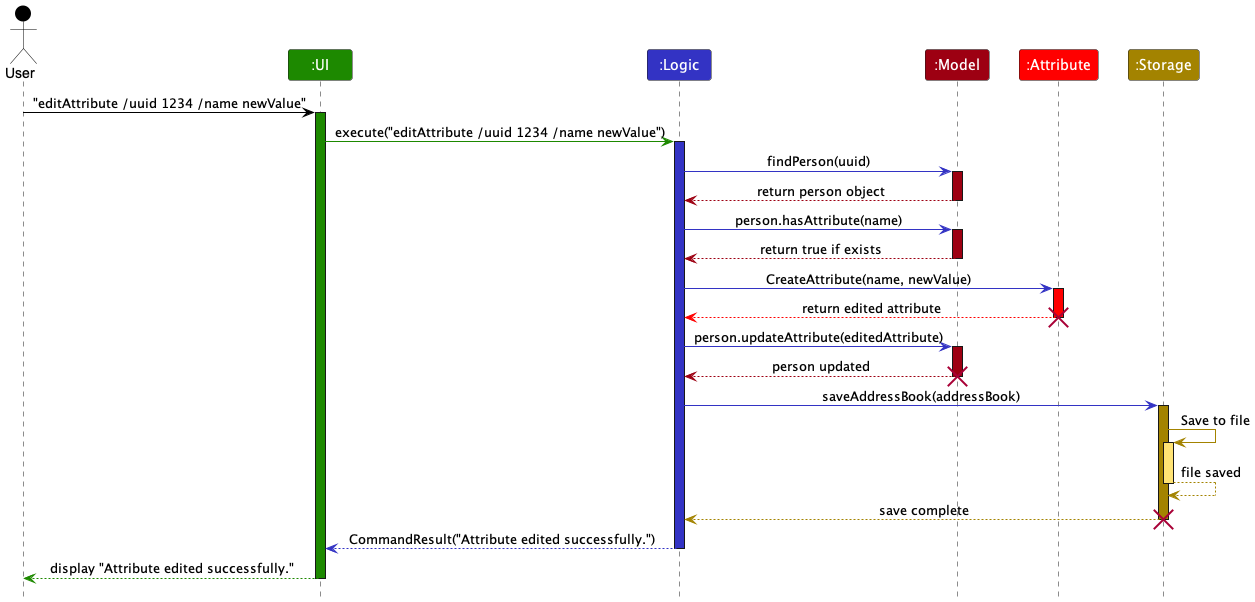
Earlier version of the PlantUML export docs/images/AttributeEditSequenceDiagram.png (Emberlynn-Loo/tp).
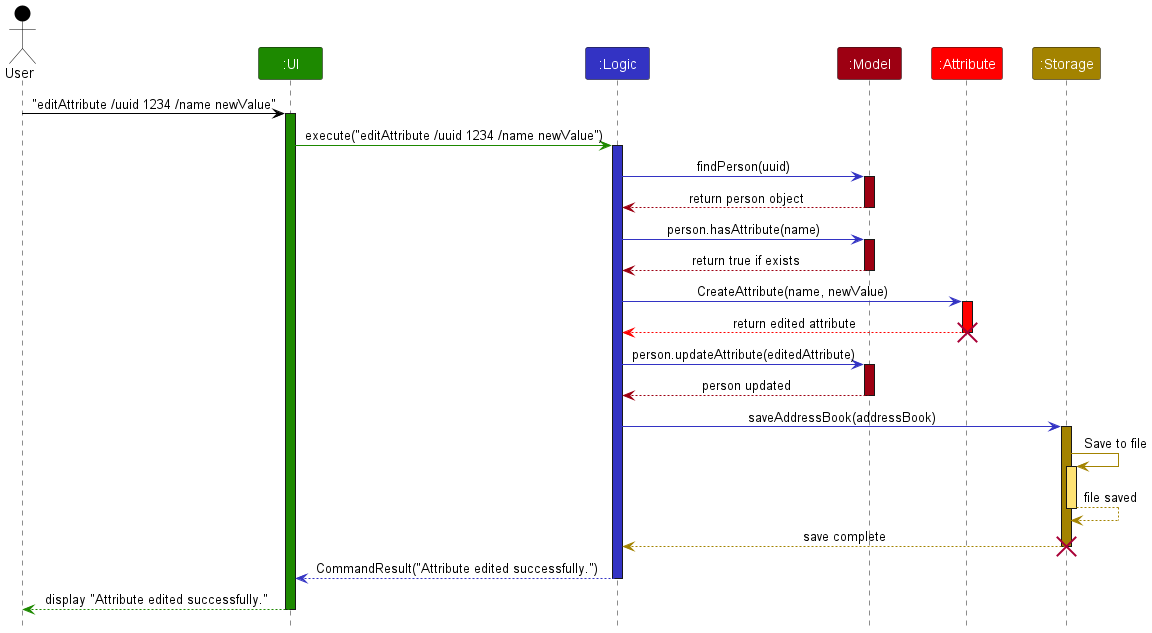
After the commit.

Commit message:
Remove extra destroy model indicator in DG

The edit, as a diff of the source:
```diff
@@ -39,7 +39,6 @@
 
 model --[MODEL_COLOR]> logic : person updated
 deactivate model
-destroy model
 
 logic -[LOGIC_COLOR]> storage : saveAddressBook(addressBook)
 activate storage STORAGE_COLOR
```
